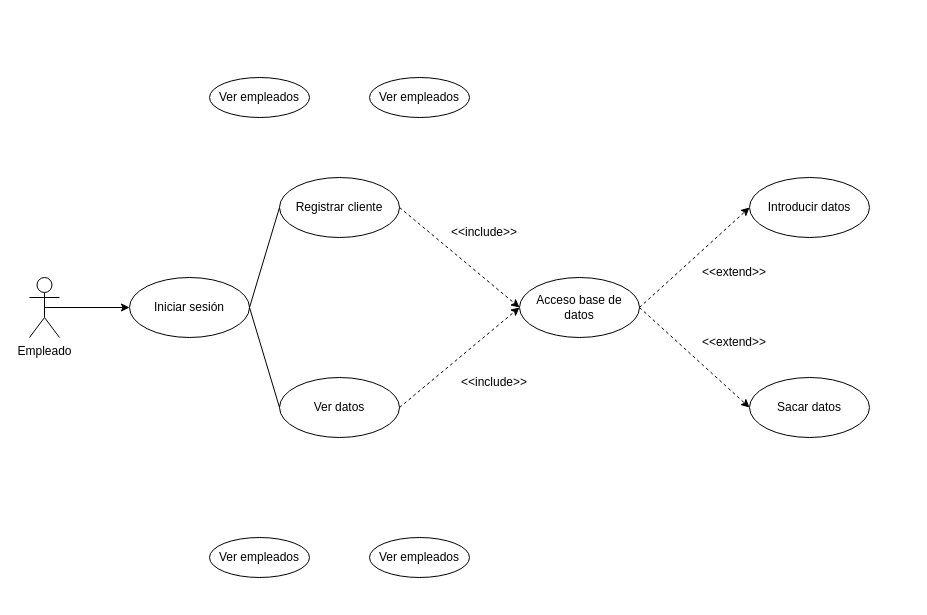
JVilluendas/Proyecto_jGYM keeps this draw.io diagram as Entornos/diagramacasos.drawio. Above is the earlier version. Source tidied: cells renumbered, new cells numbered last; positions are measured from the earlier drawing's top-left corner, leaving out a move shared by most shapes. Both pictures are drawn from the tidied source at 100%, with x=0, y=0 at pixel (29, 77).
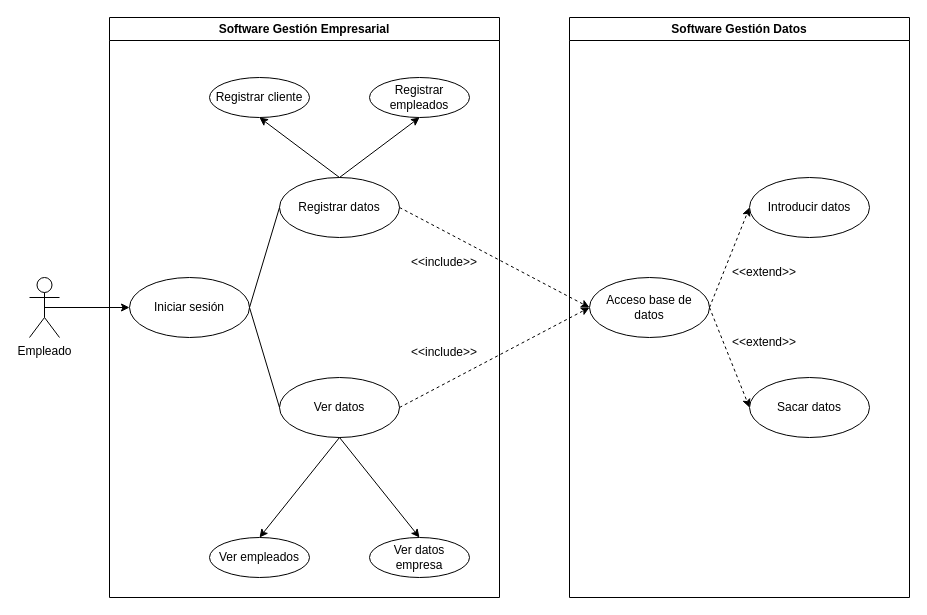
The same page after the edit.

The change refers to these unchanged cells:
```xml
<mxCell id="6" value="Ver datos" style="ellipse;whiteSpace=wrap;html=1;" parent="1" vertex="1">
  <mxGeometry x="250" y="300" width="120" height="60" as="geometry" />
</mxCell>
<mxCell id="20" value="Ver empleados" style="ellipse;whiteSpace=wrap;html=1;" parent="1" vertex="1">
  <mxGeometry x="180" y="460" width="100" height="40" as="geometry" />
</mxCell>
```

Change to the diagram source:
```diff
@@
-    <mxCell id="5" value="Registrar cliente" style="ellipse;whiteSpace=wrap;html=1;" parent="1" vertex="1">
+    <mxCell id="5" value="Registrar datos" style="ellipse;whiteSpace=wrap;html=1;" parent="1" vertex="1">
       <mxGeometry x="250" y="100" width="120" height="60" as="geometry" />
     </mxCell>
@@
     <mxCell id="7" value="Acceso base de datos" style="ellipse;whiteSpace=wrap;html=1;" parent="1" vertex="1">
-      <mxGeometry x="490" y="200" width="120" height="60" as="geometry" />
+      <mxGeometry x="560" y="200" width="120" height="60" as="geometry" />
     </mxCell>
@@
-    <mxCell id="16" value="&amp;lt;&amp;lt;include&amp;gt;&amp;gt;" style="text;html=1;align=center;verticalAlign=middle;whiteSpace=wrap;rounded=0;" parent="1" vertex="1">
-      <mxGeometry x="410" y="140" width="90" height="30" as="geometry" />
-    </mxCell>
-    <mxCell id="17" value="&amp;lt;&amp;lt;include&amp;gt;&amp;gt;" style="text;html=1;align=center;verticalAlign=middle;whiteSpace=wrap;rounded=0;" parent="1" vertex="1">
-      <mxGeometry x="420" y="290" width="90" height="30" as="geometry" />
-    </mxCell>
     <mxCell id="18" value="&amp;lt;&amp;lt;extend&amp;gt;&amp;gt;" style="text;html=1;align=center;verticalAlign=middle;whiteSpace=wrap;rounded=0;" parent="1" vertex="1">
-      <mxGeometry x="660" y="250" width="90" height="30" as="geometry" />
+      <mxGeometry x="690" y="250" width="90" height="30" as="geometry" />
     </mxCell>
     <mxCell id="19" value="&amp;lt;&amp;lt;extend&lt;span style=&quot;background-color: transparent; color: light-dark(rgb(0, 0, 0), rgb(255, 255, 255));&quot;&gt;&amp;gt;&amp;gt;&lt;/span&gt;" style="text;html=1;align=center;verticalAlign=middle;whiteSpace=wrap;rounded=0;" parent="1" vertex="1">
-      <mxGeometry x="660" y="180" width="90" height="30" as="geometry" />
+      <mxGeometry x="690" y="180" width="90" height="30" as="geometry" />
     </mxCell>
@@
-    <mxCell id="21" value="Ver empleados" style="ellipse;whiteSpace=wrap;html=1;" parent="1" vertex="1">
+    <mxCell id="21" value="Ver datos empresa" style="ellipse;whiteSpace=wrap;html=1;" parent="1" vertex="1">
       <mxGeometry x="340" y="460" width="100" height="40" as="geometry" />
     </mxCell>
-    <mxCell id="22" value="Ver empleados" style="ellipse;whiteSpace=wrap;html=1;" parent="1" vertex="1">
+    <mxCell id="22" value="Registrar cliente" style="ellipse;whiteSpace=wrap;html=1;" parent="1" vertex="1">
       <mxGeometry x="180" width="100" height="40" as="geometry" />
     </mxCell>
-    <mxCell id="23" value="Ver empleados" style="ellipse;whiteSpace=wrap;html=1;" parent="1" vertex="1">
+    <mxCell id="23" value="Registrar empleados" style="ellipse;whiteSpace=wrap;html=1;" parent="1" vertex="1">
       <mxGeometry x="340" width="100" height="40" as="geometry" />
     </mxCell>
+    <mxCell id="24" style="endArrow=classic;html=1;rounded=0;exitX=0.5;exitY=0;exitDx=0;exitDy=0;entryX=0.5;entryY=1;entryDx=0;entryDy=0;" parent="1" edge="1" source="5" target="23">
+      <mxGeometry relative="1" as="geometry" />
+    </mxCell>
+    <mxCell id="25" style="endArrow=classic;html=1;rounded=0;exitX=0.5;exitY=0;exitDx=0;exitDy=0;entryX=0.5;entryY=1;entryDx=0;entryDy=0;" parent="1" edge="1" source="5" target="22">
+      <mxGeometry relative="1" as="geometry" />
+    </mxCell>
+    <mxCell id="26" style="endArrow=classic;html=1;rounded=0;exitX=0.5;exitY=1;exitDx=0;exitDy=0;entryX=0.5;entryY=0;entryDx=0;entryDy=0;" parent="1" edge="1" source="6" target="21">
+      <mxGeometry relative="1" as="geometry" />
+    </mxCell>
+    <mxCell id="27" style="endArrow=classic;html=1;rounded=0;exitX=0.5;exitY=1;exitDx=0;exitDy=0;entryX=0.5;entryY=0;entryDx=0;entryDy=0;" parent="1" edge="1" source="6" target="20">
+      <mxGeometry relative="1" as="geometry" />
+    </mxCell>
+    <mxCell id="28" value="Software Gestión Empresarial" style="swimlane;whiteSpace=wrap;html=1;" parent="1" vertex="1">
+      <mxGeometry x="80" y="-60" width="390" height="580" as="geometry" />
+    </mxCell>
+    <mxCell id="29" value="&amp;lt;&amp;lt;include&lt;span style=&quot;background-color: transparent; color: light-dark(rgb(0, 0, 0), rgb(255, 255, 255));&quot;&gt;&amp;gt;&amp;gt;&lt;/span&gt;" style="text;html=1;align=center;verticalAlign=middle;whiteSpace=wrap;rounded=0;" parent="28" vertex="1">
+      <mxGeometry x="290" y="230" width="90" height="30" as="geometry" />
+    </mxCell>
+    <mxCell id="30" value="&amp;lt;&amp;lt;include&lt;span style=&quot;background-color: transparent; color: light-dark(rgb(0, 0, 0), rgb(255, 255, 255));&quot;&gt;&amp;gt;&amp;gt;&lt;/span&gt;" style="text;html=1;align=center;verticalAlign=middle;whiteSpace=wrap;rounded=0;" parent="28" vertex="1">
+      <mxGeometry x="290" y="320" width="90" height="30" as="geometry" />
+    </mxCell>
+    <mxCell id="31" value="Software Gestión Datos" style="swimlane;whiteSpace=wrap;html=1;" parent="1" vertex="1">
+      <mxGeometry x="540" y="-60" width="340" height="580" as="geometry" />
+    </mxCell>
```
